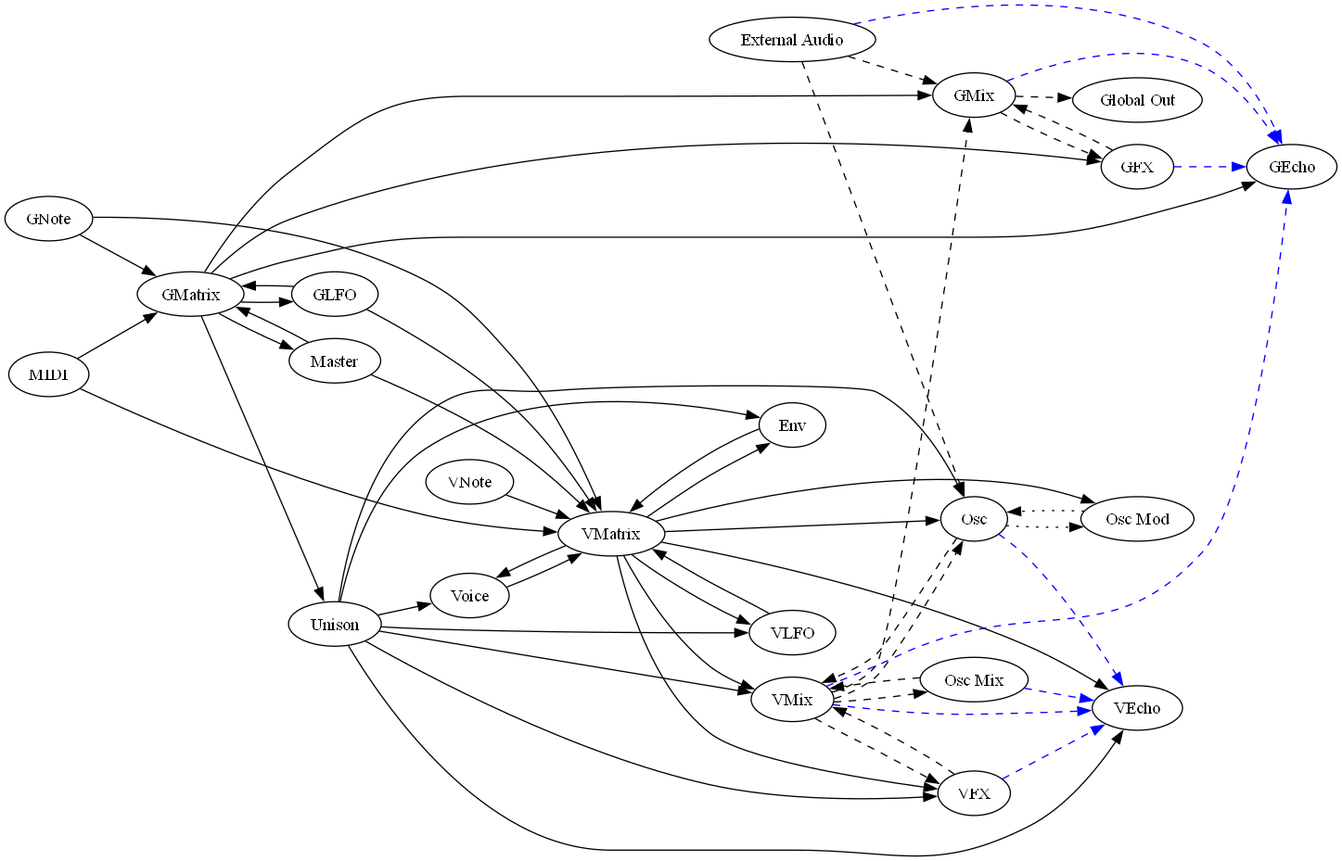
Earlier version of the Graphviz export static/plug_routing_diagram.png (sjoerdvankreel/firefly-synth-2). Its source is kept beside it as static/plug_routing_diagram.dot.
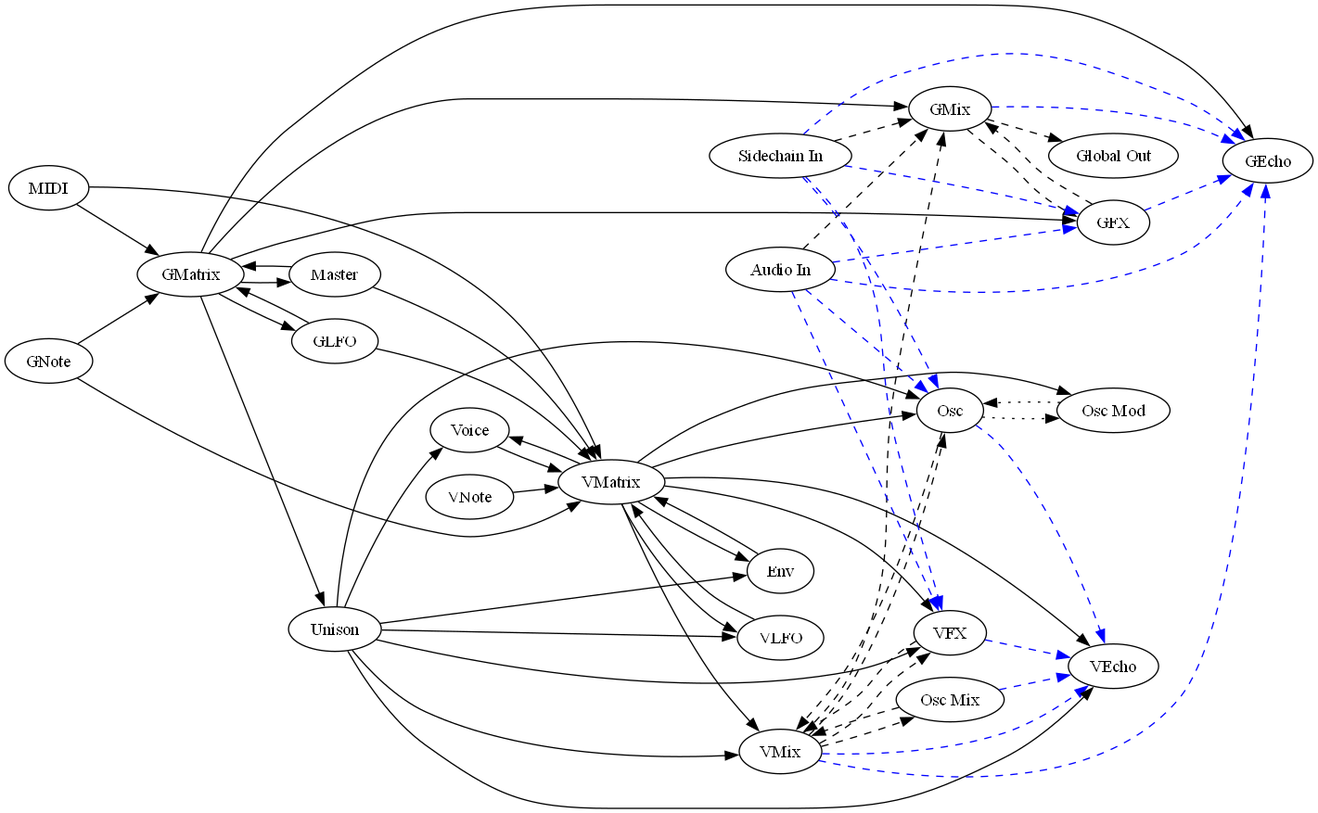
Later version of the same file.

Change to the diagram source:
```diff
@@ -23,7 +23,8 @@
   "GNote"
   "VNote"
   "Global Out"
-  "External Audio"
+  "Audio In"
+  "Sidechain In"
 
   "GLFO" -> "GMatrix"
   "MIDI" -> "GMatrix"
@@ -65,7 +66,8 @@
 
   "Osc" -> "Osc Mod" [style = "dotted"]
   "Osc Mod" -> "Osc" [style = "dotted"]
-  "External Audio" -> "Osc" [style = "dashed"]
+  "Audio In" -> "Osc" [style = "dashed"][color = "#0000FF"]
+  "Sidechain In" -> "Osc" [style = "dashed"][color = "#0000FF"]
 
   "Osc" -> "VMix" [style = "dashed"]
   "VFX" -> "VMix" [style = "dashed"]
@@ -73,17 +75,23 @@
   "VMix" -> "Osc" [style = "dashed"]
   "VMix" -> "VFX" [style = "dashed"]
   "VMix" -> "Osc Mix" [style = "dashed"]
+  "Audio In" -> "VFX" [style = "dashed"][color = "#0000FF"]
+  "Sidechain In" -> "VFX" [style = "dashed"][color = "#0000FF"]
 
   "VMix" -> "GMix" [style = "dashed"]
-  "External Audio" -> "GMix" [style = "dashed"]
+  "Audio In" -> "GMix" [style = "dashed"]
+  "Sidechain In" -> "GMix" [style = "dashed"]
   "GFX" -> "GMix" [style = "dashed"]
   "GMix" -> "GFX" [style = "dashed"]
   "GMix" -> "Global Out" [style = "dashed"]
+  "Audio In" -> "GFX" [style = "dashed"][color = "#0000FF"]
+  "Sidechain In" -> "GFX" [style = "dashed"][color = "#0000FF"]
 
   "GFX" -> "GEcho" [style = "dashed"][color = "#0000FF"]
   "GMix" -> "GEcho" [style = "dashed"][color = "#0000FF"]
   "VMix" -> "GEcho" [style = "dashed"][color = "#0000FF"]
-  "External Audio" -> "GEcho" [style = "dashed"][color = "#0000FF"]
+  "Audio In" -> "GEcho" [style = "dashed"][color = "#0000FF"]
+  "Sidechain In" -> "GEcho" [style = "dashed"][color = "#0000FF"]
 
   "VFX" -> "VEcho" [style = "dashed"][color = "#0000FF"]
   "VMix" -> "VEcho" [style = "dashed"][color = "#0000FF"]
```
